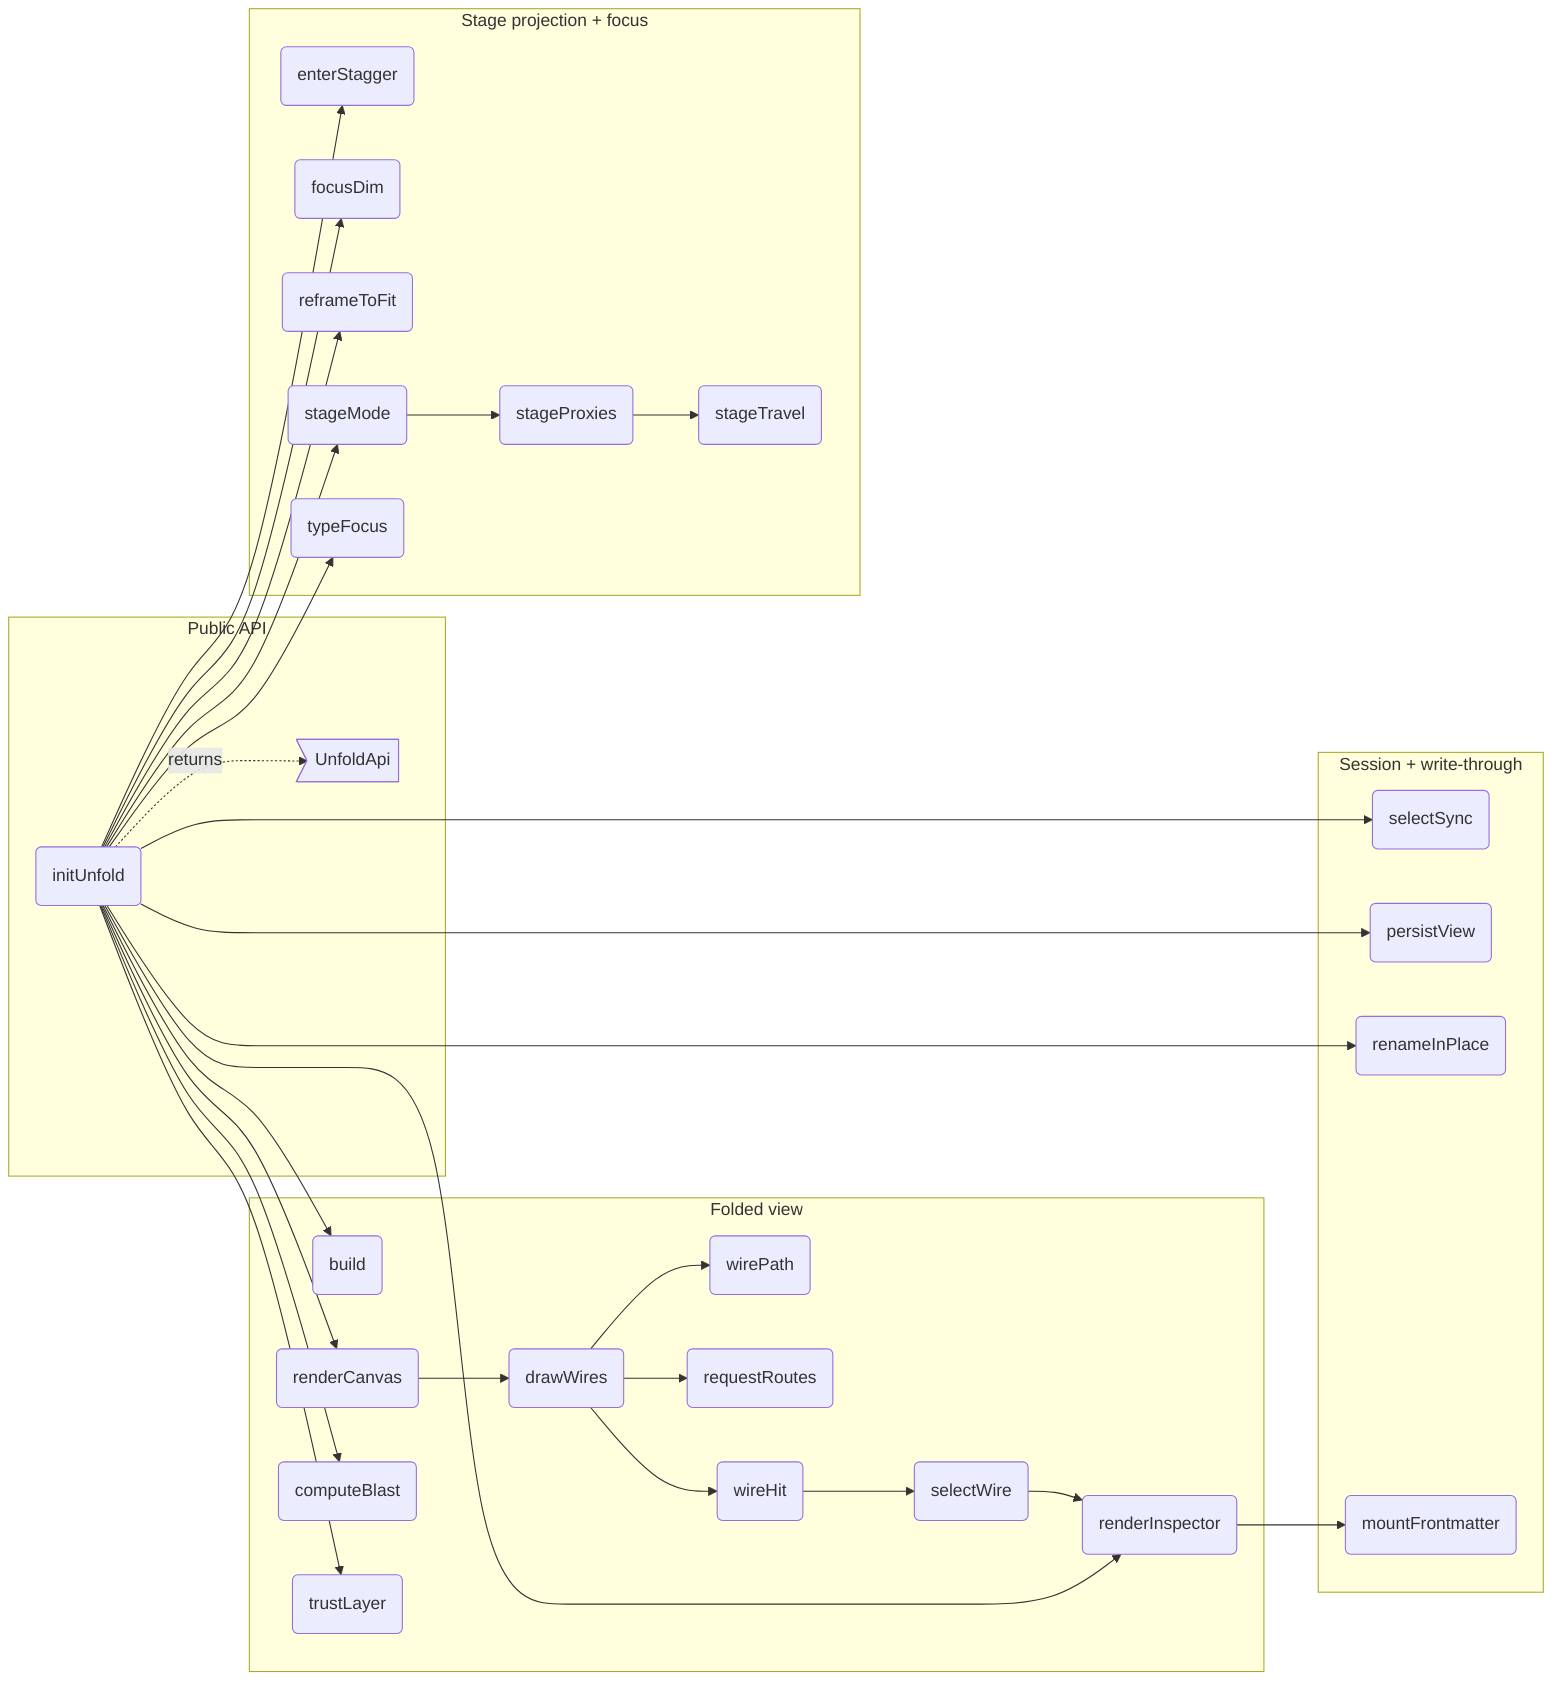
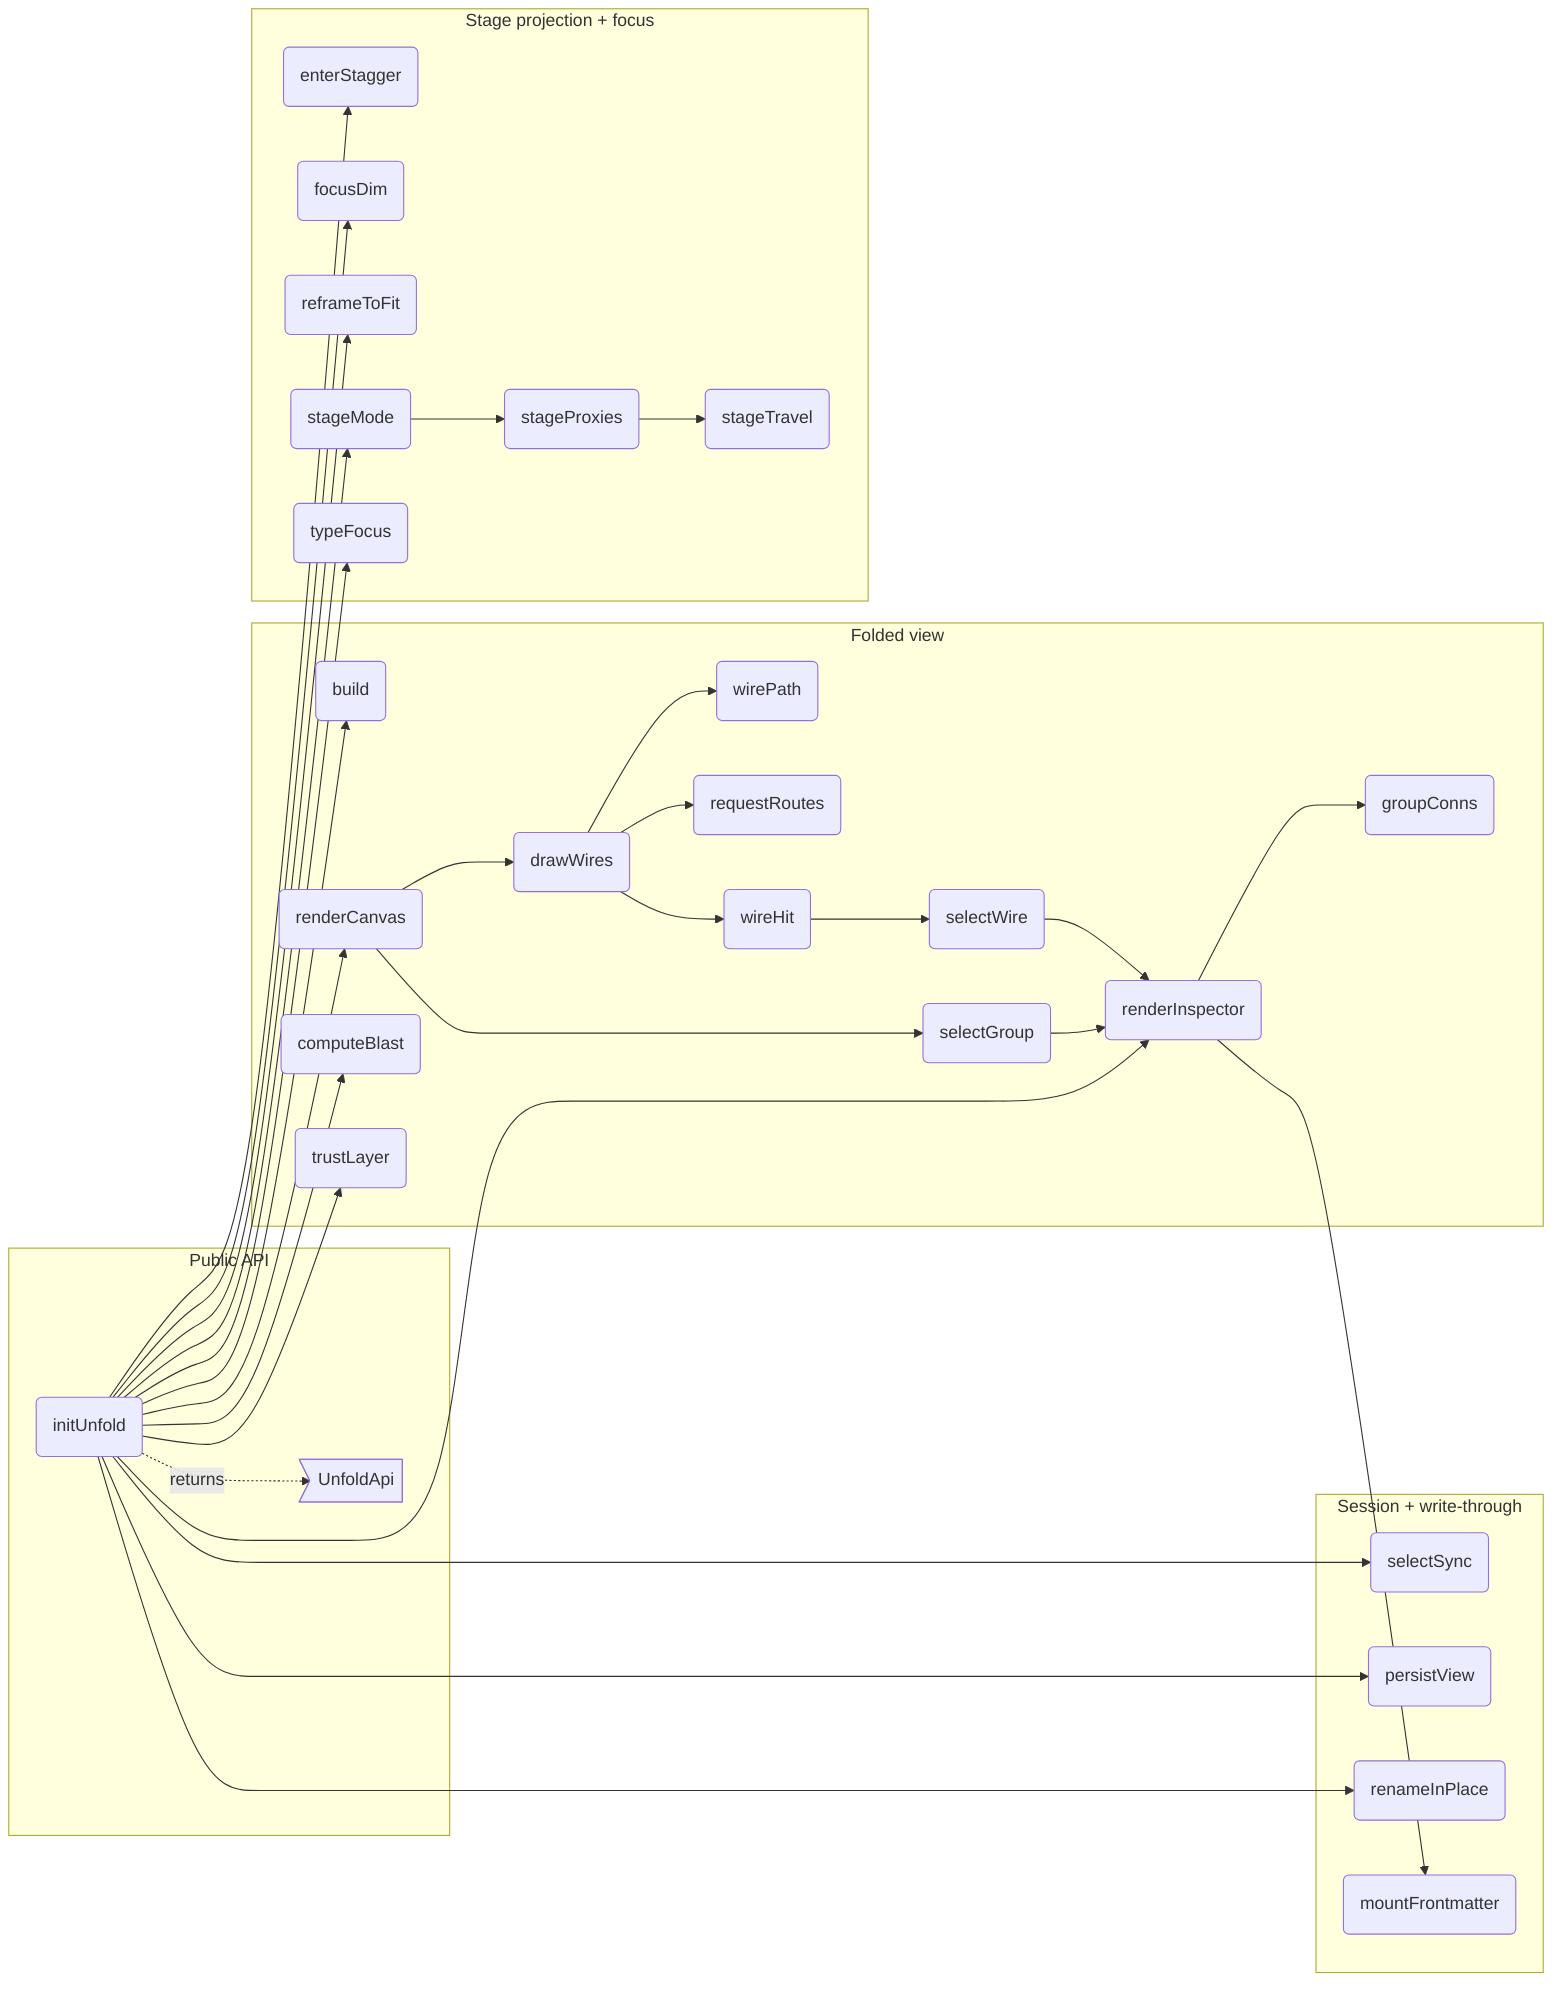
flowchart LR
%% root unfold

%% src UnfoldApi src/panel/unfold.ts#UnfoldApi
%% kind UnfoldApi type
%% fm:meta UnfoldApi name=UnfoldApi
%% fm:meta UnfoldApi desc=public surface: open, close, toggle

%% src initUnfold src/panel/unfold.ts#initUnfold
%% kind initUnfold function
%% fm:meta initUnfold name=initUnfold
%% fm:meta initUnfold desc=build the reading-mode overlay (own DOM + own CSS, the planner isolation pattern) bound to ctx; reads ctx.state + ctx.bodies, writes only through the shared hooks path
%% fm:meta initUnfold i0.name=initUnfold
%% fm:meta initUnfold i0.accepts=ctx: AppContext
%% fm:meta initUnfold i0.accepts=deps: { selection: SelectionApi; camera: CameraApi }
%% fm:meta initUnfold i0.returns=UnfoldApi

%% src ufBuild src/panel/unfold.ts#build
%% kind ufBuild function
%% fm:meta ufBuild name=build
%% fm:meta ufBuild desc=derive the folded units from ctx.state on every open: live parent wins, else the flowmap mod__rest drill convention; de-dup edges, fan-in
%% fm:meta ufBuild i0.name=build
%% fm:meta ufBuild i0.returns=void

%% src ufRenderCanvas src/panel/unfold.ts#renderCanvas
%% kind ufRenderCanvas function
%% fm:meta ufRenderCanvas name=renderCanvas
%% fm:meta ufRenderCanvas desc=render the containment roots as nested flex cards/groups; only expanded containers show their children
%% fm:meta ufRenderCanvas i0.name=renderCanvas
%% fm:meta ufRenderCanvas i0.returns=void

%% src ufDrawWires src/panel/unfold.ts#drawWires
%% kind ufDrawWires function
%% fm:meta ufDrawWires name=drawWires
%% fm:meta ufDrawWires desc=orthogonal wires aggregated to the visible representatives, gated by the calls/deps layers, painted above the group surfaces
%% fm:meta ufDrawWires i0.name=drawWires
%% fm:meta ufDrawWires i0.returns=void

%% src ufComputeBlast src/panel/unfold.ts#computeBlast
%% kind ufComputeBlast function
%% fm:meta ufComputeBlast name=computeBlast
%% fm:meta ufComputeBlast desc=reverse-BFS the transitive dependents of the selection and map them to visible cards with min hop distance
%% fm:meta ufComputeBlast i0.name=computeBlast
%% fm:meta ufComputeBlast i0.returns=void

%% src ufRenderInspector src/panel/unfold.ts#renderInspector
%% kind ufRenderInspector function
%% fm:meta ufRenderInspector name=renderInspector
%% fm:meta ufRenderInspector desc=empty until selection; then kind, crumbs, desc, interfaces, blast count, connections, and the real source body from ctx.bodies
%% fm:meta ufRenderInspector i0.name=renderInspector
%% fm:meta ufRenderInspector i0.returns=void

%% src ufEnterStagger src/panel/unfold.ts#enterStagger
%% kind ufEnterStagger function
%% fm:meta ufEnterStagger name=enterStagger
%% fm:meta ufEnterStagger desc=staggered fade-up entrance for newly-revealed cards (~55ms stagger, ~650ms expo ease); wires draw themselves in only after their cards land
%% fm:meta ufEnterStagger i0.name=enterStagger
%% fm:meta ufEnterStagger i0.returns=void

%% src ufFocusDim src/panel/unfold.ts#focusDim
%% kind ufFocusDim function
%% fm:meta ufFocusDim name=focusDim
%% fm:meta ufFocusDim desc=focus illumination without rebuild: selection glows, 1-hop neighbours stay lit, its wires carry the flow animation, everything else dims
%% fm:meta ufFocusDim i0.name=focusDim
%% fm:meta ufFocusDim i0.returns=void

%% src ufReframe src/panel/unfold.ts#reframeToFit
%% kind ufReframe function
%% fm:meta ufReframe name=reframeToFit
%% fm:meta ufReframe desc=after every structural change the world transform-scales so all visible content fits, animated ~900ms expo ease — the canvas breathes instead of demanding travel
%% fm:meta ufReframe i0.name=reframeToFit
%% fm:meta ufReframe i0.returns=void

%% src ufStageMode src/panel/unfold.ts#stageMode
%% kind ufStageMode function
%% fm:meta ufStageMode name=stageMode
%% fm:meta ufStageMode desc=second projection of the same graph: the focused group renders center-stage at readable size while the explore world blurs and fades behind; exit restores explore state exactly
%% fm:meta ufStageMode i0.name=stageMode
%% fm:meta ufStageMode i0.accepts=gid: string | null
%% fm:meta ufStageMode i0.returns=void

%% src ufProxies src/panel/unfold.ts#stageProxies
%% kind ufProxies function
%% fm:meta ufProxies name=stageProxies
%% fm:meta ufProxies desc=external edges aggregate per target container into pill proxies on a ring; each pill's angle is the TRUE angle between group centroids in ctx.state positions
%% fm:meta ufProxies i0.name=stageProxies
%% fm:meta ufProxies i0.returns=void

%% src ufTravel src/panel/unfold.ts#stageTravel
%% kind ufTravel function
%% fm:meta ufTravel name=stageTravel
%% fm:meta ufTravel desc=peek then travel: the target group slides onto stage FROM its direction; the origin becomes a reciprocal-direction proxy automatically since both derive from the same centroids
%% fm:meta ufTravel i0.name=stageTravel
%% fm:meta ufTravel i0.accepts=target: string
%% fm:meta ufTravel i0.accepts=fromAngle: number
%% fm:meta ufTravel i0.returns=void

%% src ufTypeFocus src/panel/unfold.ts#typeFocus
%% kind ufTypeFocus function
%% fm:meta ufTypeFocus name=typeFocus
%% fm:meta ufTypeFocus desc=click a type in a frontmatter card and every module whose interface carries that type lights across the surface; the inspector lists the carriers, derived from ctx.state
%% fm:meta ufTypeFocus i0.name=typeFocus
%% fm:meta ufTypeFocus i0.accepts=t: string | null
%% fm:meta ufTypeFocus i0.returns=void

%% src ufSelectSync src/panel/unfold.ts#selectSync
%% kind ufSelectSync function
%% fm:meta ufSelectSync name=selectSync
%% fm:meta ufSelectSync desc=selection survives the mode boundary: seed SEL from the editor selection on open; hand the reading selection back (selectOnly + zoomToNode via deps) on close — no new state, one shared selection
%% fm:meta ufSelectSync i0.name=selectSync
%% fm:meta ufSelectSync i0.accepts=dir: 'open' | 'close'
%% fm:meta ufSelectSync i0.returns=void

%% src ufPersistView src/panel/unfold.ts#persistView
%% kind ufPersistView function
%% fm:meta ufPersistView name=persistView
%% fm:meta ufPersistView desc=the reading session (expanded/hidden/layers) persists per diagram — sorted containment roots as identity — restored on open; a never-read diagram still arrives fully folded, all layers off
%% fm:meta ufPersistView i0.name=persistView
%% fm:meta ufPersistView i0.accepts=dir: 'save' | 'load'
%% fm:meta ufPersistView i0.returns=void

%% src ufTrustLayer src/panel/unfold.ts#trustLayer
%% kind ufTrustLayer function
%% fm:meta ufTrustLayer name=trustLayer
%% fm:meta ufTrustLayer desc=trust layer with an OPTIONAL advisory source: same-origin edge-advisory-allowlist.txt when present, a Load button otherwise; absent source = layer disabled, never wrong — advisory edges dash amber, advisory descs are marked
%% fm:meta ufTrustLayer i0.name=trustLayer
%% fm:meta ufTrustLayer i0.returns=void

%% src ufWirePath src/panel/unfold.ts#wirePath
%% kind ufWirePath function
%% fm:meta ufWirePath name=wirePath
%% fm:meta ufWirePath desc=one wire geometry, not two: reading-mode wires from the app's real port-side geometry (core/state portPos + bestSides) and the render/wires elbow path — replaces the local orthoPath
%% fm:meta ufWirePath i0.name=wirePath
%% fm:meta ufWirePath i0.accepts=a: Box
%% fm:meta ufWirePath i0.accepts=b: Box
%% fm:meta ufWirePath i0.returns=string

%% src ufRequestRoutes src/panel/unfold.ts#requestRoutes
%% kind ufRequestRoutes function
%% fm:meta ufRequestRoutes name=requestRoutes
%% fm:meta ufRequestRoutes desc=obstacle-avoided wire routes for reading mode via the shared libavoid worker (render/avoidRouter routeGraph): elbows paint first, routed polylines upgrade them when the reply lands; a layout signature drops stale replies
%% fm:meta ufRequestRoutes i0.name=requestRoutes
%% fm:meta ufRequestRoutes i0.accepts=pos: Record<string, Box>
%% fm:meta ufRequestRoutes i0.accepts=pairs: { a: string; b: string }[]
%% fm:meta ufRequestRoutes i0.returns=void

%% src ufSelectWire src/panel/unfold.ts#selectWire
%% kind ufSelectWire function
%% fm:meta ufSelectWire name=selectWire
%% fm:meta ufSelectWire desc=a wire is a first-class selectable (legacy-editor parity): select an aggregated wire by its rendered rep pair, clearing node/type focus; re-click deselects; the inspector shows endpoints, kind, weight and every underlying model relation
%% fm:meta ufSelectWire i0.name=selectWire
%% fm:meta ufSelectWire i0.accepts=a: string
%% fm:meta ufSelectWire i0.accepts=b: string
%% fm:meta ufSelectWire i0.returns=void

%% src ufWireHit src/panel/unfold.ts#wireHit
%% kind ufWireHit function
%% fm:meta ufWireHit name=wireHit
%% fm:meta ufWireHit desc=append an invisible wide hit path over a drawn wire in either projection: click selects the wire, hover pre-lights it — excluded from stage panning so pointer capture never eats the click
%% fm:meta ufWireHit i0.name=wireHit
%% fm:meta ufWireHit i0.accepts=vis: SVGPathElement
%% fm:meta ufWireHit i0.accepts=d: string
%% fm:meta ufWireHit i0.accepts=a: string
%% fm:meta ufWireHit i0.accepts=b: string
%% fm:meta ufWireHit i0.accepts=host: SVGSVGElement
%% fm:meta ufWireHit i0.returns=void

+ %% src ufSelectGroup src/panel/unfold.ts#selectGroup
+ %% kind ufSelectGroup function
+ %% fm:meta ufSelectGroup name=selectGroup
+ %% fm:meta ufSelectGroup desc=a group is a first-class selectable (U6): select + inspect, never stage (U8 deferred) — clears wire/type focus, relights, re-renders tree + inspector in either projection
+ %% fm:meta ufSelectGroup i0.name=selectGroup
+ %% fm:meta ufSelectGroup i0.accepts=id: string
+ %% fm:meta ufSelectGroup i0.returns=void
+ 
+ %% src ufGroupConns src/panel/unfold.ts#groupConns
+ %% kind ufGroupConns function
+ %% fm:meta ufGroupConns name=groupConns
+ %% fm:meta ufGroupConns desc=external connections of a container: every edge with exactly one endpoint inside the subtree, aggregated to the coarsest foreign container and weight-summed — the same aggregation grammar as the stage pills
+ %% fm:meta ufGroupConns i0.name=groupConns
+ %% fm:meta ufGroupConns i0.accepts=id: string
+ %% fm:meta ufGroupConns i0.returns={ uses: [string, number][]; usedBy: [string, number][] }
+ 
%% src ufRenameInPlace src/panel/unfold.ts#renameInPlace
%% kind ufRenameInPlace function
%% fm:meta ufRenameInPlace name=renameInPlace
%% fm:meta ufRenameInPlace desc=inline rename on the selected card (Enter / double-click on selected), writing through the existing model path — mutate ctx.state then hooks render + sync + pushHistory + persist, never a private write path
%% fm:meta ufRenameInPlace i0.name=renameInPlace
%% fm:meta ufRenameInPlace i0.accepts=id: string
%% fm:meta ufRenameInPlace i0.returns=void

%% src ufMountFrontmatter src/panel/unfold.ts#mountFrontmatter
%% kind ufMountFrontmatter function
%% fm:meta ufMountFrontmatter name=mountFrontmatter
%% fm:meta ufMountFrontmatter desc=mount the app's frontmatter editor (panel/inspector-frontmatter) for the selected node inside the reading inspector — the same hooks write path as renameInPlace; commits re-derive the folded view
%% fm:meta ufMountFrontmatter i0.name=mountFrontmatter
%% fm:meta ufMountFrontmatter i0.accepts=host: HTMLElement
%% fm:meta ufMountFrontmatter i0.accepts=id: string
%% fm:meta ufMountFrontmatter i0.returns=void

%% parent uf_api unfold
%% parent uf_view unfold
%% parent uf_stage unfold
%% parent uf_session unfold

  subgraph uf_api ["Public API"]
    initUnfold("initUnfold")
    UnfoldApi>"UnfoldApi"]
  end
  subgraph uf_view ["Folded view"]
    ufBuild("build")
    ufRenderCanvas("renderCanvas")
    ufDrawWires("drawWires")
    ufWirePath("wirePath")
    ufRequestRoutes("requestRoutes")
    ufWireHit("wireHit")
    ufSelectWire("selectWire")
+     ufSelectGroup("selectGroup")
+     ufGroupConns("groupConns")
    ufComputeBlast("computeBlast")
    ufRenderInspector("renderInspector")
    ufTrustLayer("trustLayer")
  end
  subgraph uf_session ["Session + write-through"]
    ufSelectSync("selectSync")
    ufPersistView("persistView")
    ufRenameInPlace("renameInPlace")
    ufMountFrontmatter("mountFrontmatter")
  end
  subgraph uf_stage ["Stage projection + focus"]
    ufEnterStagger("enterStagger")
    ufFocusDim("focusDim")
    ufReframe("reframeToFit")
    ufStageMode("stageMode")
    ufProxies("stageProxies")
    ufTravel("stageTravel")
    ufTypeFocus("typeFocus")
  end

  initUnfold -.->|returns| UnfoldApi
  initUnfold --> ufBuild
  initUnfold --> ufRenderCanvas
  ufRenderCanvas --> ufDrawWires
  ufDrawWires --> ufWirePath
  ufDrawWires --> ufRequestRoutes
  ufDrawWires --> ufWireHit
  ufWireHit --> ufSelectWire
  ufSelectWire --> ufRenderInspector
+   ufRenderCanvas --> ufSelectGroup
+   ufSelectGroup --> ufRenderInspector
+   ufRenderInspector --> ufGroupConns
  initUnfold --> ufComputeBlast
  initUnfold --> ufRenderInspector
  initUnfold --> ufTrustLayer
  initUnfold --> ufSelectSync
  initUnfold --> ufPersistView
  initUnfold --> ufRenameInPlace
  ufRenderInspector --> ufMountFrontmatter
  initUnfold --> ufEnterStagger
  initUnfold --> ufFocusDim
  initUnfold --> ufReframe
  initUnfold --> ufTypeFocus
  initUnfold --> ufStageMode
  ufStageMode --> ufProxies
  ufProxies --> ufTravel
